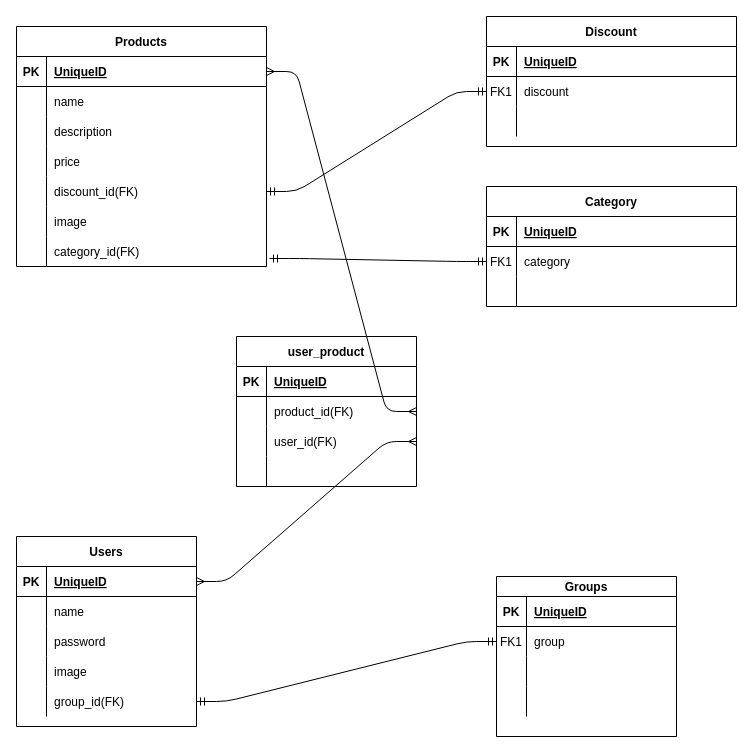
Above: Diagrama_CMHMR.drawio in 0920CDFSNCN27ARED/grupo-06 (draw.io), before the change. Source tidied: cells renumbered, new cells numbered last; positions are measured from the earlier drawing's top-left corner, leaving out a move shared by most shapes. Both pictures are drawn from the tidied source at 100%, with x=0, y=0 at pixel (16, 16).
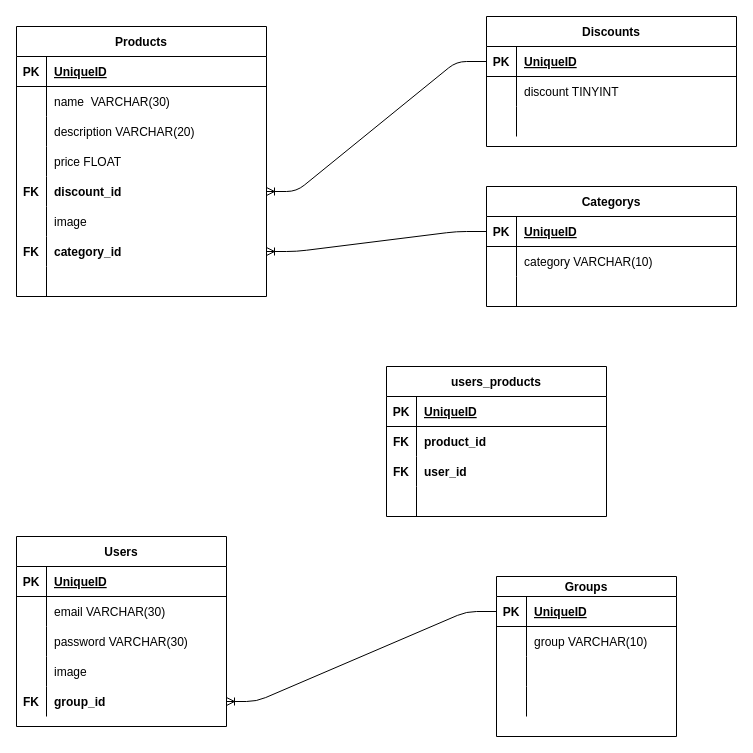
After the change.

Commit message (it also covers changes not shown here):
correción DER

The change refers to these unchanged cells:
```xml
<mxCell id="3" style="shape=partialRectangle;fillColor=none;points=[[0,0.5],[1,0.5]];portConstraint=eastwest;top=0;left=0;right=0;bottom=1;" parent="2" vertex="1">
  <mxGeometry y="30" width="250" height="30" as="geometry" />
</mxCell>
<mxCell id="6" style="shape=partialRectangle;fillColor=none;points=[[0,0.5],[1,0.5]];portConstraint=eastwest;top=0;left=0;right=0;bottom=0;" parent="2" vertex="1">
  <mxGeometry y="60" width="250" height="30" as="geometry" />
</mxCell>
<mxCell id="13" style="shape=partialRectangle;fillColor=none;points=[[0,0.5],[1,0.5]];portConstraint=eastwest;top=0;left=0;right=0;bottom=1;" parent="12" vertex="1">
  <mxGeometry y="30" width="250" height="30" as="geometry" />
</mxCell>
<mxCell id="16" style="shape=partialRectangle;fillColor=none;points=[[0,0.5],[1,0.5]];portConstraint=eastwest;top=0;left=0;right=0;bottom=0;" parent="12" vertex="1">
  <mxGeometry y="60" width="250" height="30" as="geometry" />
</mxCell>
<mxCell id="23" style="shape=partialRectangle;fillColor=none;points=[[0,0.5],[1,0.5]];portConstraint=eastwest;top=0;left=0;right=0;bottom=1;" parent="22" vertex="1">
  <mxGeometry y="30" width="250" height="30" as="geometry" />
</mxCell>
<mxCell id="26" style="shape=partialRectangle;fillColor=none;top=0;left=0;right=0;bottom=0;" parent="22" vertex="1">
  <mxGeometry y="60" width="250" height="30" as="geometry" />
</mxCell>
<mxCell id="29" style="shape=partialRectangle;fillColor=none;top=0;left=0;bottom=0;right=0;" parent="22" vertex="1">
  <mxGeometry y="90" width="250" height="30" as="geometry" />
</mxCell>
<mxCell id="32" style="shape=partialRectangle;fillColor=none;top=0;left=0;bottom=0;right=0;" parent="22" vertex="1">
  <mxGeometry y="120" width="250" height="30" as="geometry" />
</mxCell>
<mxCell id="35" style="shape=partialRectangle;fillColor=none;top=0;left=0;bottom=0;right=0;points=[[0,0.5],[1,0.5]];portConstraint=eastwest;" parent="22" vertex="1">
  <mxGeometry y="150" width="250" height="30" as="geometry" />
</mxCell>
<mxCell id="41" style="shape=partialRectangle;fillColor=none;top=0;left=0;bottom=0;right=0;points=[[0,0.5],[1,0.5]];portConstraint=eastwest;" parent="22" vertex="1">
  <mxGeometry y="210" width="250" height="30" as="geometry" />
</mxCell>
<mxCell id="61" style="shape=partialRectangle;fillColor=none;top=0;left=0;bottom=1;right=0;points=[[0,0.5],[1,0.5]];portConstraint=eastwest;" parent="60" vertex="1">
  <mxGeometry y="20" width="180" height="30" as="geometry" />
</mxCell>
<mxCell id="64" style="shape=partialRectangle;fillColor=none;top=0;left=0;bottom=0;right=0;points=[[0,0.5],[1,0.5]];portConstraint=eastwest;" parent="60" vertex="1">
  <mxGeometry y="50" width="180" height="30" as="geometry" />
</mxCell>
```

The edit, as a diff of the source:
```diff
@@
-    <mxCell id="2" value="Discount" style="shape=table;startSize=30;childLayout=tableLayout;rowLines=0;fontStyle=1;align=center;" parent="1" vertex="1">
+    <mxCell id="2" value="Discounts" style="shape=table;startSize=30;childLayout=tableLayout;rowLines=0;fontStyle=1;align=center;" parent="1" vertex="1">
       <mxGeometry x="470" width="250" height="130" as="geometry" />
     </mxCell>
@@
-    <mxCell id="7" value="FK1" style="shape=partialRectangle;overflow=hidden;fillColor=none;top=0;left=0;bottom=0;right=0;" parent="6" vertex="1">
+    <mxCell id="7" style="shape=partialRectangle;overflow=hidden;fillColor=none;top=0;left=0;bottom=0;right=0;" parent="6" vertex="1">
       <mxGeometry width="30" height="30" as="geometry" />
     </mxCell>
-    <mxCell id="8" value="discount" style="shape=partialRectangle;overflow=hidden;fillColor=none;top=0;left=0;bottom=0;right=0;align=left;spacingLeft=6;" parent="6" vertex="1">
+    <mxCell id="8" value="discount TINYINT" style="shape=partialRectangle;overflow=hidden;fillColor=none;top=0;left=0;bottom=0;right=0;align=left;spacingLeft=6;" parent="6" vertex="1">
       <mxGeometry x="30" width="220" height="30" as="geometry" />
     </mxCell>
@@
-    <mxCell id="12" value="Category" style="shape=table;startSize=30;childLayout=tableLayout;rowLines=0;fontStyle=1;align=center;" parent="1" vertex="1">
+    <mxCell id="12" value="Categorys" style="shape=table;startSize=30;childLayout=tableLayout;rowLines=0;fontStyle=1;align=center;" parent="1" vertex="1">
       <mxGeometry x="470" y="170" width="250" height="120" as="geometry" />
     </mxCell>
@@
-    <mxCell id="17" value="FK1" style="shape=partialRectangle;overflow=hidden;fillColor=none;top=0;left=0;bottom=0;right=0;" parent="16" vertex="1">
+    <mxCell id="17" style="shape=partialRectangle;overflow=hidden;fillColor=none;top=0;left=0;bottom=0;right=0;" parent="16" vertex="1">
       <mxGeometry width="30" height="30" as="geometry" />
     </mxCell>
-    <mxCell id="18" value="category" style="shape=partialRectangle;overflow=hidden;fillColor=none;top=0;left=0;bottom=0;right=0;align=left;spacingLeft=6;" parent="16" vertex="1">
+    <mxCell id="18" value="category VARCHAR(10)" style="shape=partialRectangle;overflow=hidden;fillColor=none;top=0;left=0;bottom=0;right=0;align=left;spacingLeft=6;" parent="16" vertex="1">
       <mxGeometry x="30" width="220" height="30" as="geometry" />
     </mxCell>
@@
     <mxCell id="22" value="Products" style="shape=table;startSize=30;childLayout=tableLayout;rowLines=0;fontStyle=1;align=center;" parent="1" vertex="1">
-      <mxGeometry y="10" width="250" height="240" as="geometry" />
+      <mxGeometry y="10" width="250" height="270" as="geometry" />
     </mxCell>
@@
-    <mxCell id="28" value="name" style="shape=partialRectangle;overflow=hidden;fillColor=none;top=0;left=0;bottom=0;right=0;align=left;spacingLeft=6;" parent="26" vertex="1">
+    <mxCell id="28" value="name  VARCHAR(30)" style="shape=partialRectangle;overflow=hidden;fillColor=none;top=0;left=0;bottom=0;right=0;align=left;spacingLeft=6;" parent="26" vertex="1">
       <mxGeometry x="30" width="220" height="30" as="geometry" />
     </mxCell>
@@
-    <mxCell id="31" value="description" style="shape=partialRectangle;fillColor=none;top=0;left=0;bottom=0;right=0;align=left;spacingLeft=6;overflow=hidden;" parent="29" vertex="1">
+    <mxCell id="31" value="description VARCHAR(20)" style="shape=partialRectangle;fillColor=none;top=0;left=0;bottom=0;right=0;align=left;spacingLeft=6;overflow=hidden;" parent="29" vertex="1">
       <mxGeometry x="30" width="220" height="30" as="geometry" />
     </mxCell>
@@
-    <mxCell id="34" value="price" style="shape=partialRectangle;fillColor=none;top=0;left=0;bottom=0;right=0;align=left;spacingLeft=6;overflow=hidden;" parent="32" vertex="1">
+    <mxCell id="34" value="price FLOAT" style="shape=partialRectangle;fillColor=none;top=0;left=0;bottom=0;right=0;align=left;spacingLeft=6;overflow=hidden;" parent="32" vertex="1">
       <mxGeometry x="30" width="220" height="30" as="geometry" />
     </mxCell>
@@
-    <mxCell id="36" style="shape=partialRectangle;fillColor=none;top=0;left=0;bottom=0;right=0;overflow=hidden;" parent="35" vertex="1">
+    <mxCell id="36" value="FK" style="shape=partialRectangle;fillColor=none;top=0;left=0;bottom=0;right=0;overflow=hidden;fontStyle=1;" parent="35" vertex="1">
       <mxGeometry width="30" height="30" as="geometry" />
     </mxCell>
-    <mxCell id="37" value="discount_id(FK)" style="shape=partialRectangle;fillColor=none;top=0;left=0;bottom=0;right=0;align=left;spacingLeft=6;overflow=hidden;" parent="35" vertex="1">
+    <mxCell id="37" value="discount_id" style="shape=partialRectangle;fillColor=none;top=0;left=0;bottom=0;right=0;align=left;spacingLeft=6;overflow=hidden;fontStyle=1;" parent="35" vertex="1">
       <mxGeometry x="30" width="220" height="30" as="geometry" />
     </mxCell>
@@
-    <mxCell id="42" style="shape=partialRectangle;fillColor=none;top=0;left=0;bottom=0;right=0;overflow=hidden;" parent="41" vertex="1">
+    <mxCell id="42" value="FK" style="shape=partialRectangle;fillColor=none;top=0;left=0;bottom=0;right=0;overflow=hidden;fontStyle=1;" parent="41" vertex="1">
       <mxGeometry width="30" height="30" as="geometry" />
     </mxCell>
-    <mxCell id="43" value="category_id(FK)" style="shape=partialRectangle;fillColor=none;top=0;left=0;bottom=0;right=0;align=left;spacingLeft=6;overflow=hidden;" parent="41" vertex="1">
+    <mxCell id="43" value="category_id " style="shape=partialRectangle;fillColor=none;top=0;left=0;bottom=0;right=0;align=left;spacingLeft=6;overflow=hidden;fontStyle=1;" parent="41" vertex="1">
       <mxGeometry x="30" width="220" height="30" as="geometry" />
     </mxCell>
+    <mxCell id="91" style="shape=partialRectangle;fillColor=none;top=0;left=0;bottom=0;right=0;" parent="22" vertex="1">
+      <mxGeometry y="240" width="250" height="30" as="geometry" />
+    </mxCell>
+    <mxCell id="92" style="shape=partialRectangle;fillColor=none;top=0;left=0;bottom=0;right=0;overflow=hidden;fontStyle=1;" parent="91" vertex="1">
+      <mxGeometry width="30" height="30" as="geometry" />
+    </mxCell>
+    <mxCell id="93" style="shape=partialRectangle;fillColor=none;top=0;left=0;bottom=0;right=0;align=left;spacingLeft=6;overflow=hidden;fontStyle=1;" parent="91" vertex="1">
+      <mxGeometry x="30" width="220" height="30" as="geometry" />
+    </mxCell>
     <mxCell id="44" value="Users" style="shape=table;startSize=30;childLayout=tableLayout;rowLines=0;fontStyle=1;align=center;" parent="1" vertex="1">
-      <mxGeometry y="520" width="180" height="190" as="geometry" />
+      <mxGeometry y="520" width="210" height="190" as="geometry" />
     </mxCell>
     <mxCell id="45" style="shape=partialRectangle;fillColor=none;top=0;left=0;bottom=1;right=0;points=[[0,0.5],[1,0.5]];portConstraint=eastwest;" parent="44" vertex="1">
-      <mxGeometry y="30" width="180" height="30" as="geometry" />
+      <mxGeometry y="30" width="210" height="30" as="geometry" />
     </mxCell>
@@
     <mxCell id="47" value="UniqueID" style="shape=partialRectangle;fillColor=none;top=0;left=0;bottom=0;right=0;align=left;spacingLeft=6;fontStyle=5;overflow=hidden;" parent="45" vertex="1">
-      <mxGeometry x="30" width="150" height="30" as="geometry" />
+      <mxGeometry x="30" width="180" height="30" as="geometry" />
     </mxCell>
     <mxCell id="48" style="shape=partialRectangle;fillColor=none;top=0;left=0;bottom=0;right=0;" parent="44" vertex="1">
-      <mxGeometry y="60" width="180" height="30" as="geometry" />
+      <mxGeometry y="60" width="210" height="30" as="geometry" />
     </mxCell>
@@
-    <mxCell id="50" value="name" style="shape=partialRectangle;fillColor=none;top=0;left=0;bottom=0;right=0;align=left;spacingLeft=6;overflow=hidden;" parent="48" vertex="1">
-      <mxGeometry x="30" width="150" height="30" as="geometry" />
+    <mxCell id="50" value="email VARCHAR(30)" style="shape=partialRectangle;fillColor=none;top=0;left=0;bottom=0;right=0;align=left;spacingLeft=6;overflow=hidden;" parent="48" vertex="1">
+      <mxGeometry x="30" width="180" height="30" as="geometry" />
     </mxCell>
     <mxCell id="51" style="shape=partialRectangle;fillColor=none;top=0;left=0;bottom=0;right=0;" parent="44" vertex="1">
-      <mxGeometry y="90" width="180" height="30" as="geometry" />
+      <mxGeometry y="90" width="210" height="30" as="geometry" />
     </mxCell>
@@
-    <mxCell id="53" value="password" style="shape=partialRectangle;fillColor=none;top=0;left=0;bottom=0;right=0;align=left;spacingLeft=6;overflow=hidden;" parent="51" vertex="1">
-      <mxGeometry x="30" width="150" height="30" as="geometry" />
+    <mxCell id="53" value="password VARCHAR(30)" style="shape=partialRectangle;fillColor=none;top=0;left=0;bottom=0;right=0;align=left;spacingLeft=6;overflow=hidden;" parent="51" vertex="1">
+      <mxGeometry x="30" width="180" height="30" as="geometry" />
     </mxCell>
     <mxCell id="54" style="shape=partialRectangle;fillColor=none;top=0;left=0;bottom=0;right=0;" parent="44" vertex="1">
-      <mxGeometry y="120" width="180" height="30" as="geometry" />
+      <mxGeometry y="120" width="210" height="30" as="geometry" />
     </mxCell>
@@
     <mxCell id="56" value="image" style="shape=partialRectangle;fillColor=none;top=0;left=0;bottom=0;right=0;align=left;spacingLeft=6;overflow=hidden;" parent="54" vertex="1">
-      <mxGeometry x="30" width="150" height="30" as="geometry" />
+      <mxGeometry x="30" width="180" height="30" as="geometry" />
     </mxCell>
     <mxCell id="57" style="shape=partialRectangle;fillColor=none;top=0;left=0;bottom=0;right=0;points=[[0,0.5],[1,0.5]];portConstraint=eastwest;" parent="44" vertex="1">
-      <mxGeometry y="150" width="180" height="30" as="geometry" />
+      <mxGeometry y="150" width="210" height="30" as="geometry" />
     </mxCell>
-    <mxCell id="58" style="shape=partialRectangle;fillColor=none;top=0;left=0;bottom=0;right=0;overflow=hidden;" parent="57" vertex="1">
+    <mxCell id="58" value="FK" style="shape=partialRectangle;fillColor=none;top=0;left=0;bottom=0;right=0;overflow=hidden;fontStyle=1;" parent="57" vertex="1">
       <mxGeometry width="30" height="30" as="geometry" />
     </mxCell>
-    <mxCell id="59" value="group_id(FK)" style="shape=partialRectangle;fillColor=none;top=0;left=0;bottom=0;right=0;align=left;spacingLeft=6;overflow=hidden;" parent="57" vertex="1">
-      <mxGeometry x="30" width="150" height="30" as="geometry" />
+    <mxCell id="59" value="group_id" style="shape=partialRectangle;fillColor=none;top=0;left=0;bottom=0;right=0;align=left;spacingLeft=6;overflow=hidden;fontStyle=1;" parent="57" vertex="1">
+      <mxGeometry x="30" width="180" height="30" as="geometry" />
     </mxCell>
@@
-    <mxCell id="65" value="FK1" style="shape=partialRectangle;fillColor=none;top=0;left=0;bottom=0;right=0;overflow=hidden;" parent="64" vertex="1">
+    <mxCell id="65" style="shape=partialRectangle;fillColor=none;top=0;left=0;bottom=0;right=0;overflow=hidden;" parent="64" vertex="1">
       <mxGeometry width="30" height="30" as="geometry" />
     </mxCell>
-    <mxCell id="66" value="group" style="shape=partialRectangle;fillColor=none;top=0;left=0;bottom=0;right=0;align=left;spacingLeft=6;overflow=hidden;" parent="64" vertex="1">
+    <mxCell id="66" value="group VARCHAR(10)" style="shape=partialRectangle;fillColor=none;top=0;left=0;bottom=0;right=0;align=left;spacingLeft=6;overflow=hidden;" parent="64" vertex="1">
       <mxGeometry x="30" width="150" height="30" as="geometry" />
     </mxCell>
@@
-    <mxCell id="73" style="edgeStyle=entityRelationEdgeStyle;fontSize=12;html=1;endArrow=ERmandOne;startArrow=ERmandOne;entryX=0;entryY=0.5;entryDx=0;entryDy=0;" parent="1" edge="1" source="57" target="64">
-      <mxGeometry relative="1" as="geometry" />
-    </mxCell>
-    <mxCell id="74" style="edgeStyle=entityRelationEdgeStyle;fontSize=12;html=1;endArrow=ERmandOne;startArrow=ERmandOne;exitX=1.012;exitY=0.733;exitDx=0;exitDy=0;exitPerimeter=0;entryX=0;entryY=0.5;entryDx=0;entryDy=0;" parent="1" edge="1" source="41" target="16">
-      <mxGeometry relative="1" as="geometry" />
-    </mxCell>
-    <mxCell id="75" style="edgeStyle=entityRelationEdgeStyle;fontSize=12;html=1;endArrow=ERmandOne;startArrow=ERmandOne;entryX=0;entryY=0.5;entryDx=0;entryDy=0;" parent="1" edge="1" source="35" target="6">
-      <mxGeometry relative="1" as="geometry" />
-    </mxCell>
-    <mxCell id="76" value="user_product" style="shape=table;startSize=30;childLayout=tableLayout;rowLines=0;fontStyle=1;align=center;" parent="1" vertex="1">
-      <mxGeometry x="220" y="320" width="180" height="150" as="geometry" />
+    <mxCell id="76" value="users_products" style="shape=table;startSize=30;childLayout=tableLayout;rowLines=0;fontStyle=1;align=center;" parent="1" vertex="1">
+      <mxGeometry x="370" y="350" width="220" height="150" as="geometry" />
     </mxCell>
     <mxCell id="77" style="shape=partialRectangle;fillColor=none;top=0;left=0;bottom=1;right=0;" parent="76" vertex="1">
-      <mxGeometry y="30" width="180" height="30" as="geometry" />
+      <mxGeometry y="30" width="220" height="30" as="geometry" />
     </mxCell>
@@
     <mxCell id="79" value="UniqueID" style="shape=partialRectangle;fillColor=none;top=0;left=0;bottom=0;right=0;align=left;spacingLeft=6;fontStyle=5;overflow=hidden;" parent="77" vertex="1">
-      <mxGeometry x="30" width="150" height="30" as="geometry" />
+      <mxGeometry x="30" width="190" height="30" as="geometry" />
     </mxCell>
     <mxCell id="80" style="shape=partialRectangle;fillColor=none;top=0;left=0;bottom=0;right=0;points=[[0,0.5],[1,0.5]];portConstraint=eastwest;" parent="76" vertex="1">
-      <mxGeometry y="60" width="180" height="30" as="geometry" />
+      <mxGeometry y="60" width="220" height="30" as="geometry" />
     </mxCell>
-    <mxCell id="81" style="shape=partialRectangle;fillColor=none;top=0;left=0;bottom=0;right=0;overflow=hidden;" parent="80" vertex="1">
+    <mxCell id="81" value="FK" style="shape=partialRectangle;fillColor=none;top=0;left=0;bottom=0;right=0;overflow=hidden;fontStyle=1;" parent="80" vertex="1">
       <mxGeometry width="30" height="30" as="geometry" />
     </mxCell>
-    <mxCell id="82" value="product_id(FK)" style="shape=partialRectangle;fillColor=none;top=0;left=0;bottom=0;right=0;align=left;spacingLeft=6;overflow=hidden;" parent="80" vertex="1">
-      <mxGeometry x="30" width="150" height="30" as="geometry" />
+    <mxCell id="82" value="product_id" style="shape=partialRectangle;fillColor=none;top=0;left=0;bottom=0;right=0;align=left;spacingLeft=6;overflow=hidden;fontStyle=1;" parent="80" vertex="1">
+      <mxGeometry x="30" width="190" height="30" as="geometry" />
     </mxCell>
     <mxCell id="83" style="shape=partialRectangle;fillColor=none;top=0;left=0;bottom=0;right=0;points=[[0,0.5],[1,0.5]];portConstraint=eastwest;" parent="76" vertex="1">
-      <mxGeometry y="90" width="180" height="30" as="geometry" />
+      <mxGeometry y="90" width="220" height="30" as="geometry" />
     </mxCell>
-    <mxCell id="84" style="shape=partialRectangle;fillColor=none;top=0;left=0;bottom=0;right=0;overflow=hidden;" parent="83" vertex="1">
+    <mxCell id="84" value="FK" style="shape=partialRectangle;fillColor=none;top=0;left=0;bottom=0;right=0;overflow=hidden;fontStyle=1;" parent="83" vertex="1">
       <mxGeometry width="30" height="30" as="geometry" />
     </mxCell>
-    <mxCell id="85" value="user_id(FK)" style="shape=partialRectangle;fillColor=none;top=0;left=0;bottom=0;right=0;align=left;spacingLeft=6;overflow=hidden;" parent="83" vertex="1">
-      <mxGeometry x="30" width="150" height="30" as="geometry" />
+    <mxCell id="85" value="user_id" style="shape=partialRectangle;fillColor=none;top=0;left=0;bottom=0;right=0;align=left;spacingLeft=6;overflow=hidden;fontStyle=1;" parent="83" vertex="1">
+      <mxGeometry x="30" width="190" height="30" as="geometry" />
     </mxCell>
     <mxCell id="86" style="shape=partialRectangle;fillColor=none;top=0;left=0;bottom=0;right=0;" parent="76" vertex="1">
-      <mxGeometry y="120" width="180" height="30" as="geometry" />
+      <mxGeometry y="120" width="220" height="30" as="geometry" />
     </mxCell>
@@
     <mxCell id="88" style="shape=partialRectangle;fillColor=none;top=0;left=0;bottom=0;right=0;align=left;spacingLeft=6;overflow=hidden;" parent="86" vertex="1">
-      <mxGeometry x="30" width="150" height="30" as="geometry" />
+      <mxGeometry x="30" width="190" height="30" as="geometry" />
     </mxCell>
-    <mxCell id="89" style="edgeStyle=entityRelationEdgeStyle;fontSize=12;html=1;endArrow=ERmany;startArrow=ERmany;exitX=1;exitY=0.5;exitDx=0;exitDy=0;entryX=1;entryY=0.5;entryDx=0;entryDy=0;jumpStyle=none;" parent="1" edge="1" source="80" target="23">
-      <mxGeometry relative="1" as="geometry" />
-    </mxCell>
-    <mxCell id="90" style="edgeStyle=entityRelationEdgeStyle;fontSize=12;html=1;endArrow=ERmany;startArrow=ERmany;exitX=1;exitY=0.5;exitDx=0;exitDy=0;entryX=1;entryY=0.5;entryDx=0;entryDy=0;" parent="1" edge="1" source="83" target="45">
-      <mxGeometry relative="1" as="geometry" />
-    </mxCell>
+    <mxCell id="94" style="edgeStyle=entityRelationEdgeStyle;fontSize=12;html=1;endArrow=ERoneToMany;exitX=0;exitY=0.5;exitDx=0;exitDy=0;" parent="1" edge="1" source="13" target="41">
+      <mxGeometry relative="1" as="geometry" />
+    </mxCell>
+    <mxCell id="95" style="edgeStyle=entityRelationEdgeStyle;fontSize=12;html=1;endArrow=ERoneToMany;exitX=0;exitY=0.5;exitDx=0;exitDy=0;entryX=1;entryY=0.5;entryDx=0;entryDy=0;" parent="1" edge="1" source="3" target="35">
+      <mxGeometry relative="1" as="geometry" />
+    </mxCell>
+    <mxCell id="96" style="edgeStyle=entityRelationEdgeStyle;fontSize=12;html=1;endArrow=ERoneToMany;entryX=1;entryY=0.5;entryDx=0;entryDy=0;exitX=0;exitY=0.5;exitDx=0;exitDy=0;" parent="1" edge="1" source="61" target="57">
+      <mxGeometry relative="1" as="geometry" />
+    </mxCell>
```
